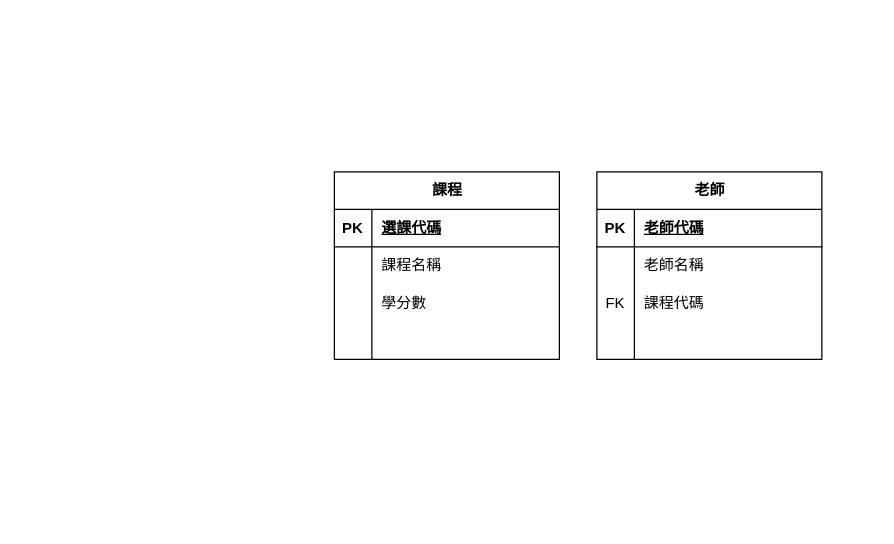
KYCamille/Guessing-Number keeps this draw.io diagram as 課程練習_1017.drawio. Above is the earlier version. Source tidied: cells renumbered, new cells numbered last; positions are measured from the earlier drawing's top-left corner, leaving out a move shared by most shapes. Both pictures are drawn from the tidied source at 125%, with x=0, y=0 at pixel (334, 171).
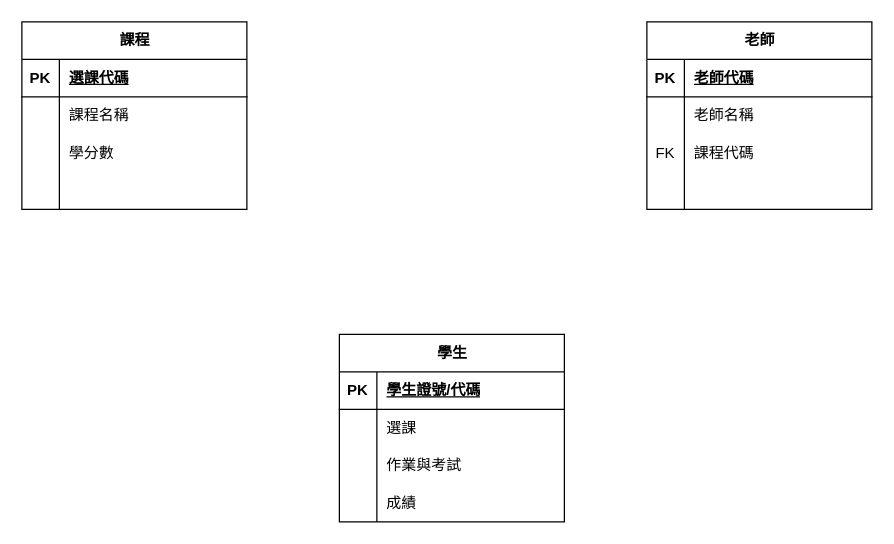
The same diagram, later.

Commit message:
更新 課程練習_1017.drawio

Change to the diagram source:
```diff
@@
     <mxCell id="2" value="課程" style="shape=table;startSize=30;childLayout=tableLayout;rowLines=0;fontStyle=1;align=center;html=1;" parent="1" vertex="1">
-      <mxGeometry width="180" height="150" as="geometry" />
+      <mxGeometry x="-250" y="-120" width="180" height="150" as="geometry" />
     </mxCell>
@@
     <mxCell id="15" value="老師" style="shape=table;startSize=30;childLayout=tableLayout;rowLines=0;fontStyle=1;align=center;html=1;" parent="1" vertex="1">
-      <mxGeometry x="210" width="180" height="150" as="geometry" />
+      <mxGeometry x="250" y="-120" width="180" height="150" as="geometry" />
     </mxCell>
@@
+    <mxCell id="28" value="學生" style="shape=table;startSize=30;childLayout=tableLayout;rowLines=0;fontStyle=1;align=center;html=1;" parent="1" vertex="1">
+      <mxGeometry x="4" y="130" width="180" height="150" as="geometry" />
+    </mxCell>
+    <mxCell id="29" style="shape=tableRow;horizontal=0;startSize=0;swimlaneHead=0;swimlaneBody=0;fillColor=none;top=0;left=0;right=0;bottom=1;" parent="28" vertex="1">
+      <mxGeometry y="30" width="180" height="30" as="geometry" />
+    </mxCell>
+    <mxCell id="30" value="PK" style="shape=partialRectangle;fillColor=none;top=0;left=0;bottom=0;right=0;fontStyle=1;overflow=hidden;whiteSpace=wrap;html=1;" parent="29" vertex="1">
+      <mxGeometry width="30" height="30" as="geometry" />
+    </mxCell>
+    <mxCell id="31" value="學生證號/代碼" style="shape=partialRectangle;fillColor=none;top=0;left=0;bottom=0;right=0;align=left;spacingLeft=6;fontStyle=5;overflow=hidden;whiteSpace=wrap;html=1;" parent="29" vertex="1">
+      <mxGeometry x="30" width="150" height="30" as="geometry" />
+    </mxCell>
+    <mxCell id="32" style="shape=tableRow;horizontal=0;startSize=0;swimlaneHead=0;swimlaneBody=0;fillColor=none;top=0;left=0;right=0;bottom=0;" parent="28" vertex="1">
+      <mxGeometry y="60" width="180" height="30" as="geometry" />
+    </mxCell>
+    <mxCell id="33" style="shape=partialRectangle;fillColor=none;top=0;left=0;bottom=0;right=0;overflow=hidden;whiteSpace=wrap;html=1;" parent="32" vertex="1">
+      <mxGeometry width="30" height="30" as="geometry" />
+    </mxCell>
+    <mxCell id="34" value="選課" style="shape=partialRectangle;fillColor=none;top=0;left=0;bottom=0;right=0;align=left;spacingLeft=6;overflow=hidden;whiteSpace=wrap;html=1;" parent="32" vertex="1">
+      <mxGeometry x="30" width="150" height="30" as="geometry" />
+    </mxCell>
+    <mxCell id="35" style="shape=tableRow;horizontal=0;startSize=0;swimlaneHead=0;swimlaneBody=0;fillColor=none;top=0;left=0;right=0;bottom=0;" parent="28" vertex="1">
+      <mxGeometry y="90" width="180" height="30" as="geometry" />
+    </mxCell>
+    <mxCell id="36" style="shape=partialRectangle;fillColor=none;top=0;left=0;bottom=0;right=0;overflow=hidden;whiteSpace=wrap;html=1;" parent="35" vertex="1">
+      <mxGeometry width="30" height="30" as="geometry" />
+    </mxCell>
+    <mxCell id="37" value="作業與考試" style="shape=partialRectangle;fillColor=none;top=0;left=0;bottom=0;right=0;align=left;spacingLeft=6;overflow=hidden;whiteSpace=wrap;html=1;" parent="35" vertex="1">
+      <mxGeometry x="30" width="150" height="30" as="geometry" />
+    </mxCell>
+    <mxCell id="38" style="shape=tableRow;horizontal=0;startSize=0;swimlaneHead=0;swimlaneBody=0;fillColor=none;top=0;left=0;right=0;bottom=0;" parent="28" vertex="1">
+      <mxGeometry y="120" width="180" height="30" as="geometry" />
+    </mxCell>
+    <mxCell id="39" style="shape=partialRectangle;fillColor=none;top=0;left=0;bottom=0;right=0;overflow=hidden;whiteSpace=wrap;html=1;" parent="38" vertex="1">
+      <mxGeometry width="30" height="30" as="geometry" />
+    </mxCell>
+    <mxCell id="40" value="成績" style="shape=partialRectangle;fillColor=none;top=0;left=0;bottom=0;right=0;align=left;spacingLeft=6;overflow=hidden;whiteSpace=wrap;html=1;" parent="38" vertex="1">
+      <mxGeometry x="30" width="150" height="30" as="geometry" />
+    </mxCell>
```
